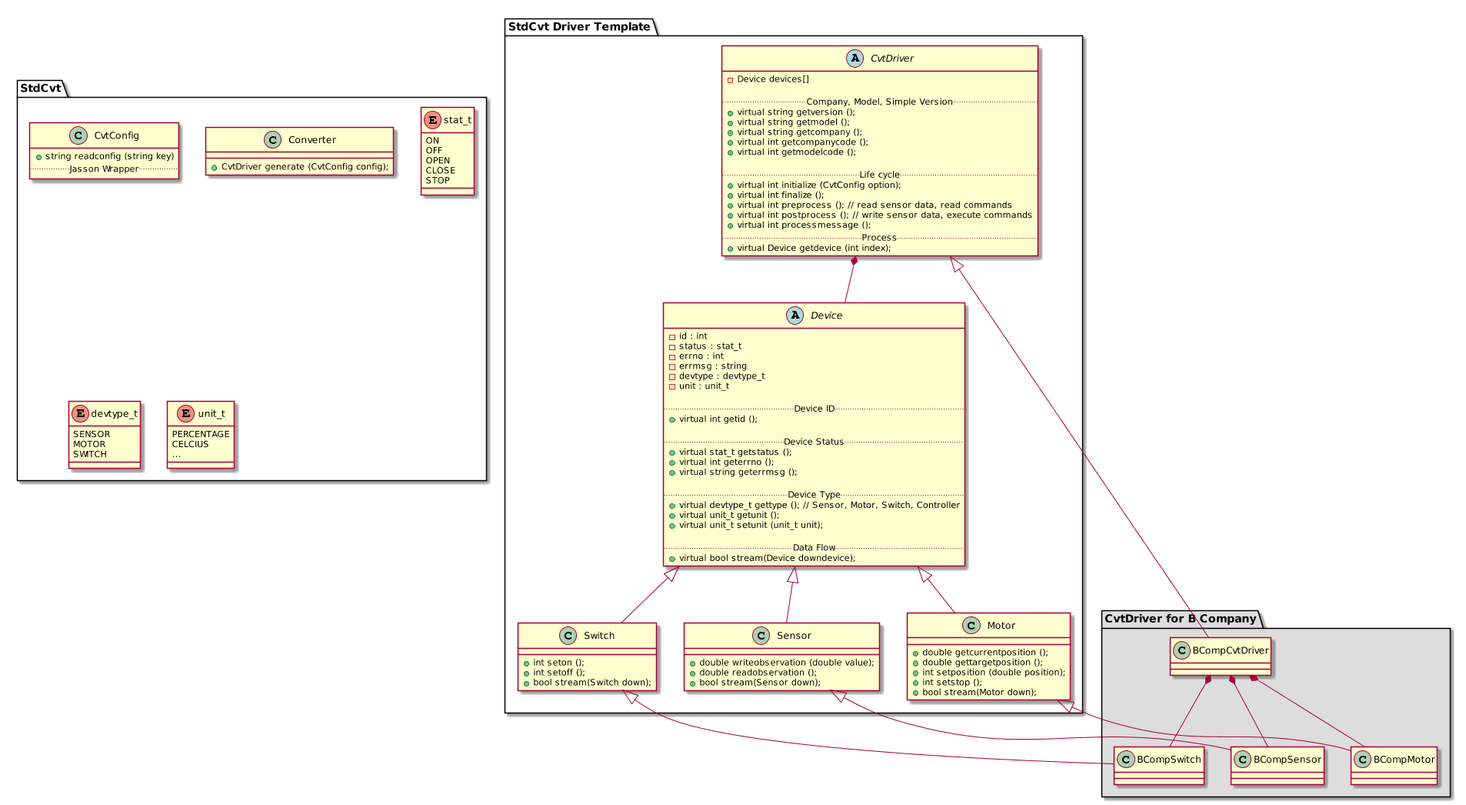
Earlier version of the PlantUML export doc/converter_class.png (ebio-snu/stdcvt).
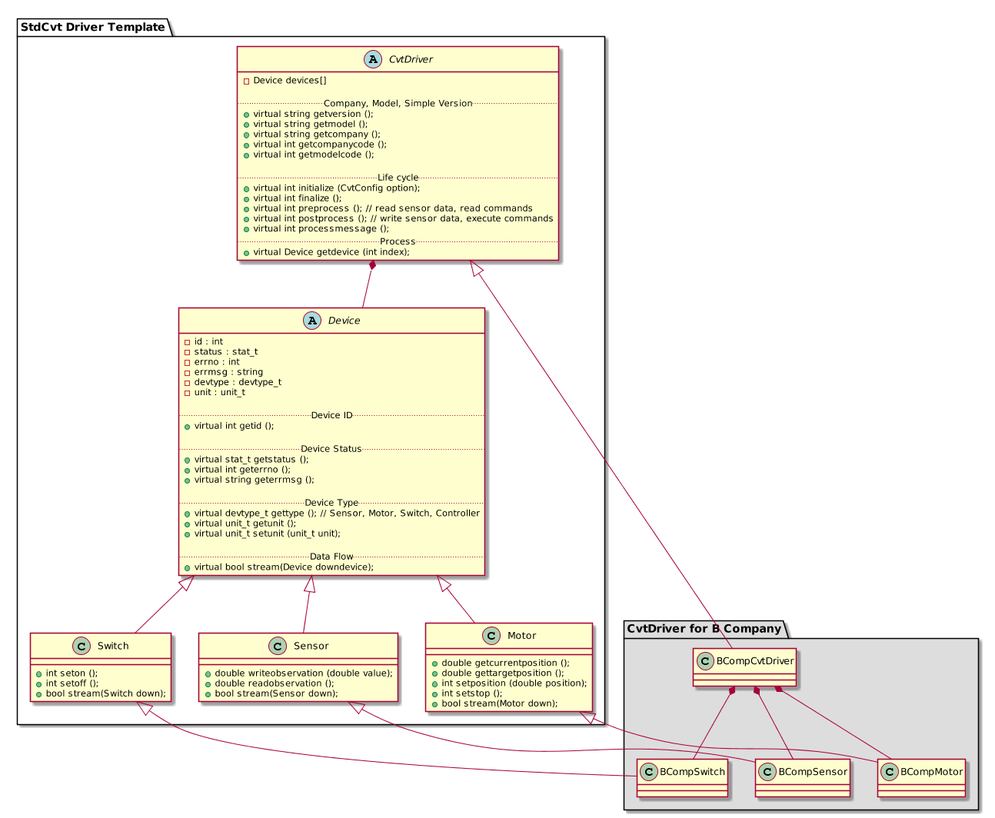
After the commit.

Commit message:
클래스 다이어그램 수정

What changed in the source:
```diff
@@ -99,36 +99,4 @@
     BCompCvtDriver *-- BCompMotor
     BCompCvtDriver *-- BCompSwitch
 }
-
-package "StdCvt" {
-    class CvtConfig{
-        + string readconfig (string key)
-        .. Jasson Wrapper ..
-    }
-
-    class Converter {
-        + CvtDriver generate (CvtConfig config);
-
-    }
-
-    enum stat_t {
-      ON
-      OFF
-      OPEN
-      CLOSE
-      STOP
-    }
-
-    enum devtype_t {
-      SENSOR
-      MOTOR
-      SWITCH
-    }
-
-    enum unit_t {
-      PERCENTAGE
-      CELCIUS
-      ...
-    }
-}
 @enduml
```
